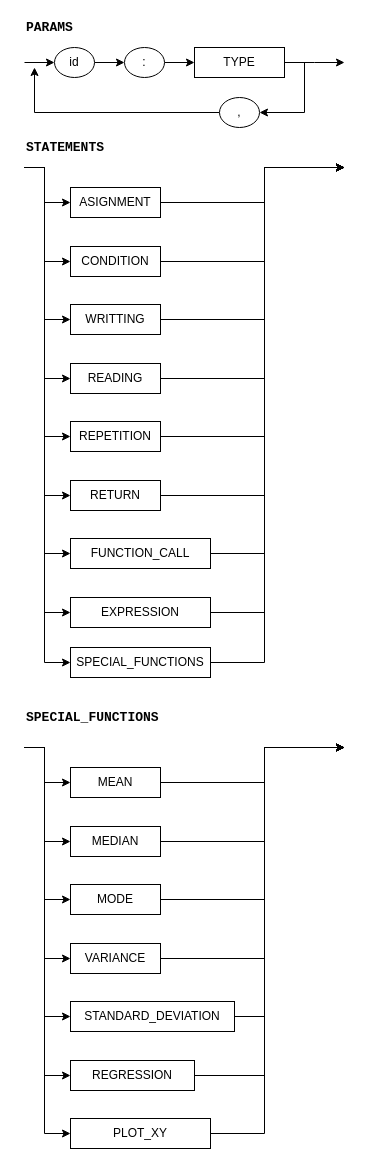
Above: page "Page-2" (2 of 4) of documentacion/diagramasGramaticaMaps.drawio in RCH010/manchas (draw.io), before the change. Source tidied: cells renumbered, new cells numbered last; positions are measured from the earlier drawing's top-left corner, leaving out a move shared by most shapes. Both pictures are drawn from the tidied source at 100%, with x=0, y=0 at pixel (24, 17).
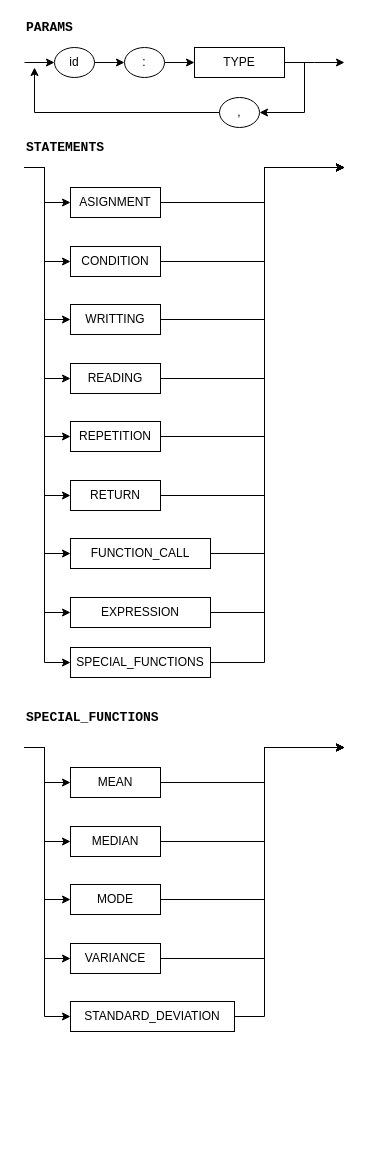
The same diagram, later.

The edit, as a diff of the source:
```diff
@@
-    <mxCell id="44" value="REGRESSION" style="whiteSpace=wrap;html=1;" parent="1" vertex="1">
-      <mxGeometry x="46" y="1043" width="124" height="30" as="geometry" />
-    </mxCell>
-    <mxCell id="45" value="PLOT_XY" style="whiteSpace=wrap;html=1;" parent="1" vertex="1">
-      <mxGeometry x="46" y="1101" width="140" height="30" as="geometry" />
-    </mxCell>
@@
-    <mxCell id="47" style="endArrow=classic;html=1;fontFamily=Courier New;fontSize=13;rounded=0;edgeStyle=orthogonalEdgeStyle;entryX=0;entryY=0.5;entryDx=0;entryDy=0;" parent="1" edge="1" target="45">
-      <mxGeometry relative="1" as="geometry">
-        <mxPoint y="730" as="sourcePoint" />
-        <Array as="points">
-          <mxPoint x="20" y="730" />
-          <mxPoint x="20" y="1116" />
-        </Array>
-      </mxGeometry>
-    </mxCell>
-    <mxCell id="48" style="endArrow=classic;html=1;fontFamily=Courier New;fontSize=13;rounded=0;edgeStyle=orthogonalEdgeStyle;entryX=0;entryY=0.5;entryDx=0;entryDy=0;" parent="1" edge="1" target="44">
-      <mxGeometry relative="1" as="geometry">
-        <mxPoint y="730" as="sourcePoint" />
-        <Array as="points">
-          <mxPoint x="20" y="730" />
-          <mxPoint x="20" y="1058" />
-        </Array>
-      </mxGeometry>
-    </mxCell>
@@
-    <mxCell id="55" style="endArrow=classic;html=1;fontFamily=Courier New;fontSize=13;rounded=0;edgeStyle=orthogonalEdgeStyle;exitX=1;exitY=0.5;exitDx=0;exitDy=0;" parent="1" edge="1" source="44">
-      <mxGeometry relative="1" as="geometry">
-        <mxPoint x="320" y="730" as="targetPoint" />
-        <Array as="points">
-          <mxPoint x="240" y="1058" />
-          <mxPoint x="240" y="730" />
-        </Array>
-      </mxGeometry>
-    </mxCell>
-    <mxCell id="56" style="endArrow=classic;html=1;fontFamily=Courier New;fontSize=13;rounded=0;edgeStyle=orthogonalEdgeStyle;exitX=1;exitY=0.5;exitDx=0;exitDy=0;" parent="1" edge="1" source="45">
-      <mxGeometry relative="1" as="geometry">
-        <mxPoint x="320" y="730" as="targetPoint" />
-        <Array as="points">
-          <mxPoint x="240" y="1116" />
-          <mxPoint x="240" y="730" />
-        </Array>
-      </mxGeometry>
-    </mxCell>
```
